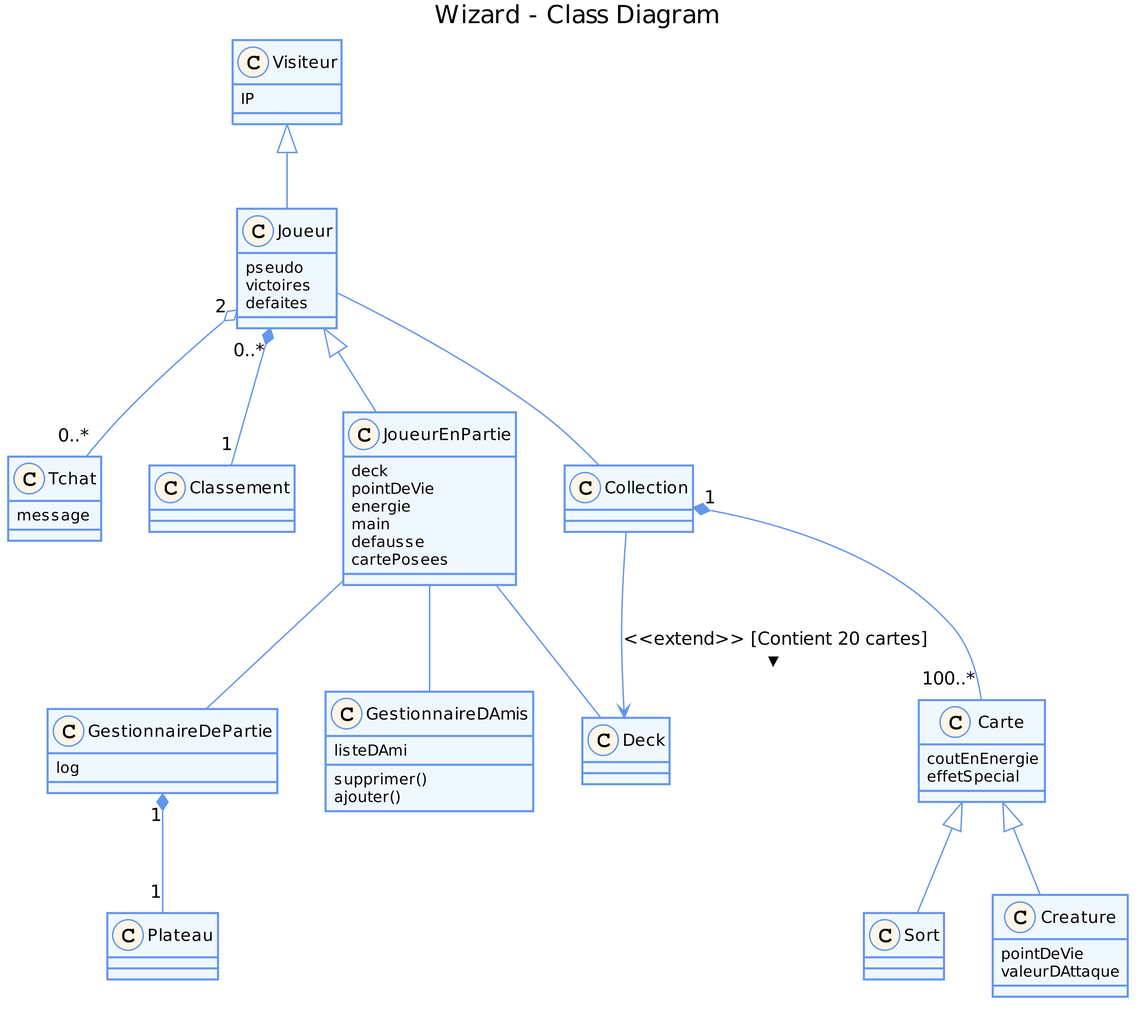
elishadrion/tetris keeps this PlantUML diagram as uml_files/ClassDiagram.png. Above is the earlier version.
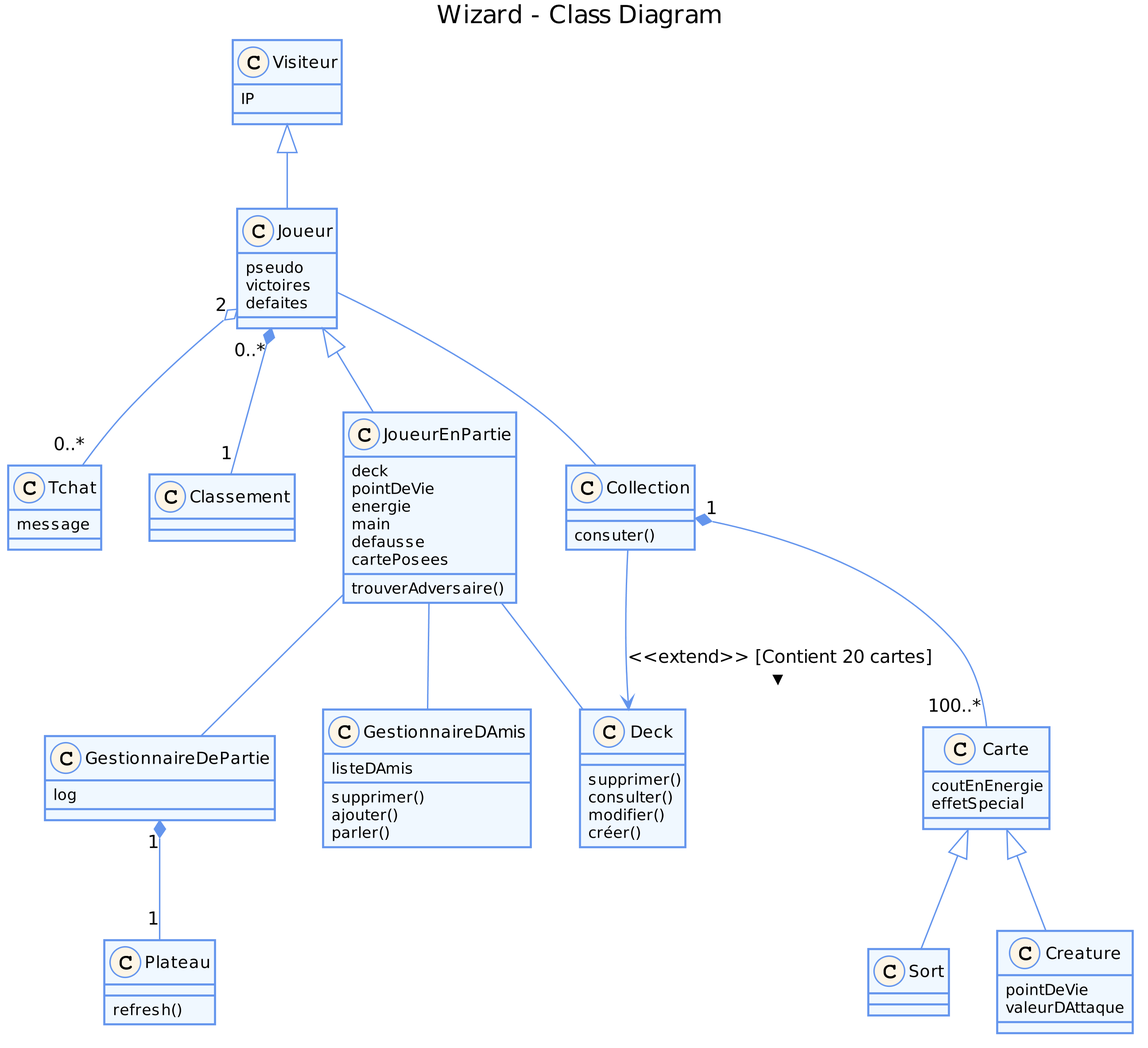
The same diagram one commit later.

What changed in the source:
```diff
@@ -32,9 +32,10 @@
 }
 
 class GestionnaireDAmis {
-  listeDAmi
+  listeDAmis
   supprimer()
   ajouter()
+  parler()
 }
 
 class JoueurEnPartie {
@@ -44,14 +45,18 @@
   main
   defausse
   cartePosees
+  trouverAdversaire()
 }
 
 class Deck {
-
+  supprimer()
+  consulter()
+  modifier()
+  créer()
 }
 
 class Collection {
-
+  consuter()
 }
 
 class Carte {
@@ -73,7 +78,7 @@
 }
 
 class Plateau {
-
+  refresh()
 }
 
 
```
